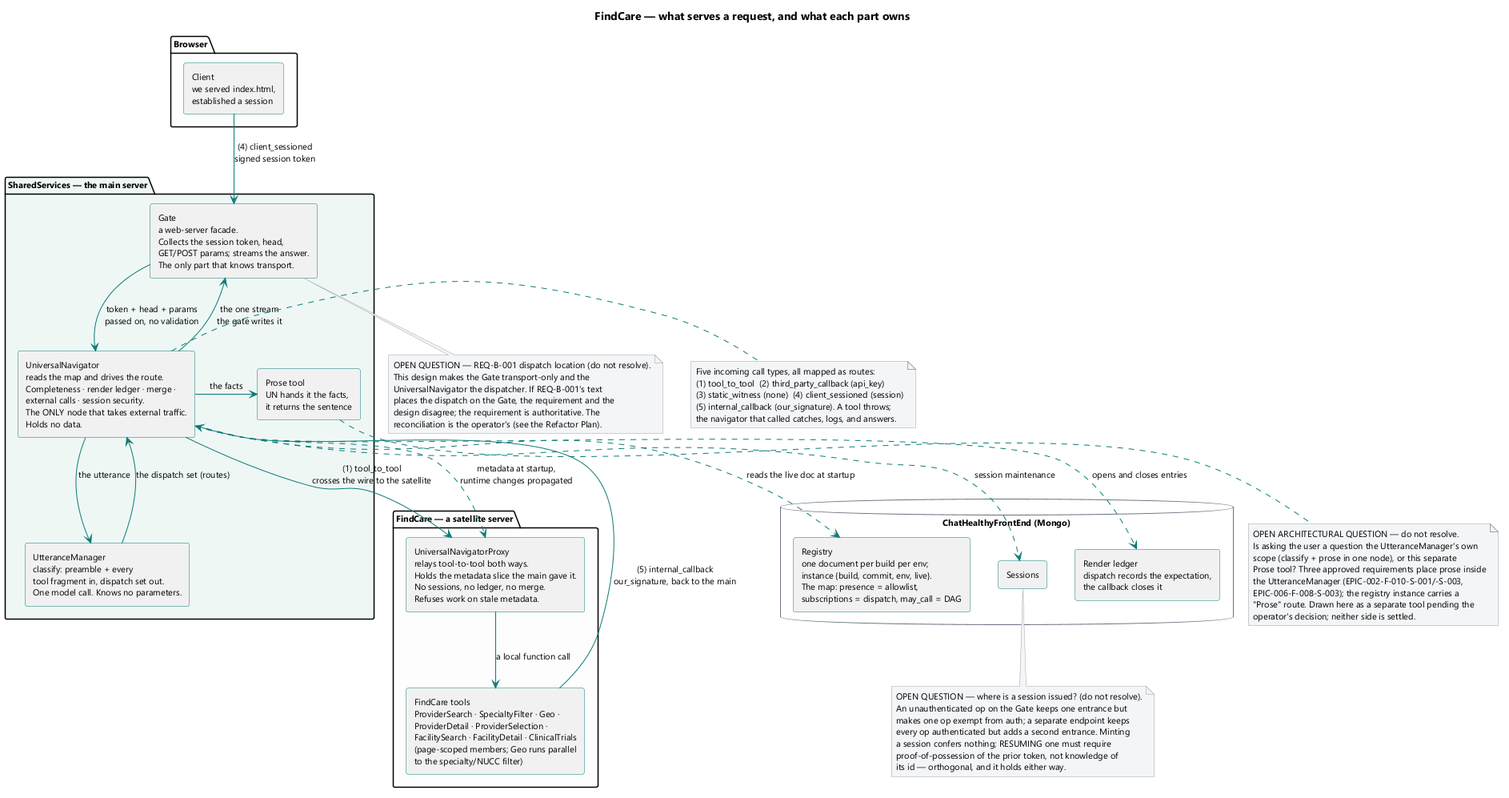
Before: brain/machine_artifacts/diagramsAndImages/rendered/findcare_gate_components.png, a diagram exported from PlantUML (SkipSnow/ChatHealthyRepo).
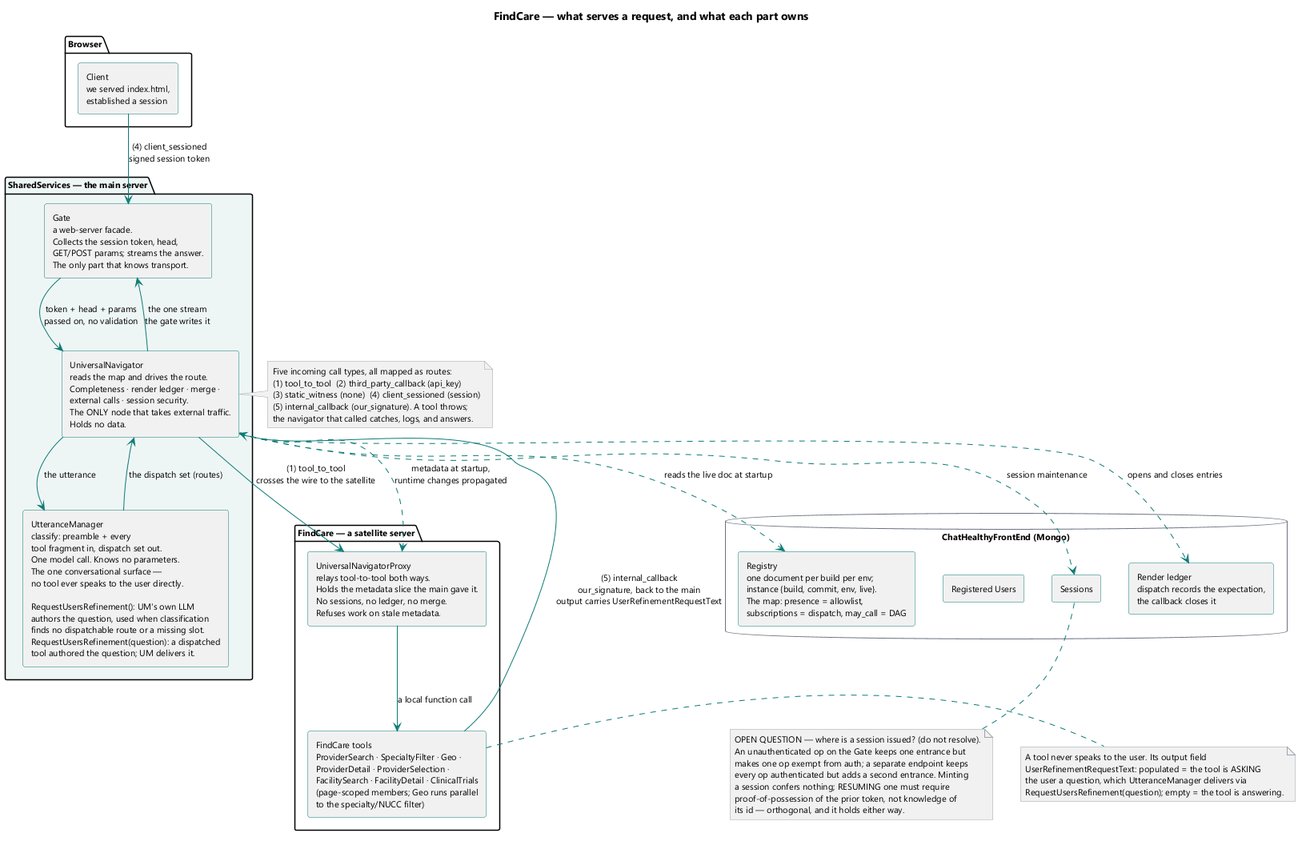
Later version of the same file.

Change to the diagram source:
```diff
@@ -18,20 +18,8 @@
 package "SharedServices — the main server" #eef6f5 {
   [Gate\na web-server facade.\nCollects the session token, head,\nGET/POST params; streams the answer.\nThe only part that knows transport.] as GATE
   [UniversalNavigator\nreads the map and drives the route.\nCompleteness · render ledger · merge ·\nexternal calls · session security.\nThe ONLY node that takes external traffic.\nHolds no data.] as UN
-  [UtteranceManager\nclassify: preamble + every\ntool fragment in, dispatch set out.\nOne model call. Knows no parameters.] as UM
-  [Prose tool\nUN hands it the facts,\nit returns the sentence] as PROSE
+  [UtteranceManager\nclassify: preamble + every\ntool fragment in, dispatch set out.\nOne model call. Knows no parameters.\nThe one conversational surface —\nno tool ever speaks to the user directly.\n\nRequestUsersRefinement(): UM's own LLM\nauthors the question, used when classification\nfinds no dispatchable route or a missing slot.\nRequestUsersRefinement(question): a dispatched\ntool authored the question; UM delivers it.] as UM
 }
-
-note bottom of PROSE
-  OPEN ARCHITECTURAL QUESTION — do not resolve.
-  Is asking the user a question the UtteranceManager's own
-  scope (classify + prose in one node), or this separate
-  Prose tool? Three approved requirements place prose inside
-  the UtteranceManager (EPIC-002-F-010-S-001/-S-003,
-  EPIC-006-F-008-S-003); the registry instance carries a
-  "Prose" route. Drawn here as a separate tool pending the
-  operator's decision; neither side is settled.
-end note
 
 package "FindCare — a satellite server" #fdfdfd {
   [UniversalNavigatorProxy\nrelays tool-to-tool both ways.\nHolds the metadata slice the main gave it.\nNo sessions, no ledger, no merge.\nRefuses work on stale metadata.] as PROXY
@@ -41,6 +29,7 @@
 database "ChatHealthyFrontEnd (Mongo)" as MONGO {
   [Registry\none document per build per env;\ninstance {build, commit, env, live}.\nThe map: presence = allowlist,\nsubscriptions = dispatch, may_call = DAG] as REG
   [Sessions] as SESS
+  [Registered Users] as USERS
   [Render ledger\ndispatch records the expectation,\nthe callback closes it] as LEDGER
 }
 
@@ -50,8 +39,7 @@
 UM -up-> UN : the dispatch set (routes)
 UN -down-> PROXY : (1) tool_to_tool\ncrosses the wire to the satellite
 PROXY -down-> TOOLS : a local function call
-UN -right-> PROSE : the facts
-TOOLS -up-> UN : (5) internal_callback\nour_signature, back to the main
+TOOLS -up-> UN : (5) internal_callback\nour_signature, back to the main\noutput carries UserRefinementRequestText
 UN -up-> GATE : the one stream\nthe gate writes it
 
 UN ..> REG : reads the live doc at startup
@@ -59,21 +47,19 @@
 UN ..> LEDGER : opens and closes entries
 UN ..> PROXY : metadata at startup,\nruntime changes propagated
 
+note right of TOOLS
+  A tool never speaks to the user. Its output field
+  UserRefinementRequestText: populated = the tool is ASKING
+  the user a question, which UtteranceManager delivers via
+  RequestUsersRefinement(question); empty = the tool is answering.
+end note
+
 note right of UN
   Five incoming call types, all mapped as routes:
   (1) tool_to_tool  (2) third_party_callback (api_key)
   (3) static_witness (none)  (4) client_sessioned (session)
   (5) internal_callback (our_signature). A tool throws;
   the navigator that called catches, logs, and answers.
-end note
-
-note bottom of GATE
-  OPEN QUESTION — REQ-B-001 dispatch location (do not resolve).
-  This design makes the Gate transport-only and the
-  UniversalNavigator the dispatcher. If REQ-B-001's text
-  places the dispatch on the Gate, the requirement and the
-  design disagree; the requirement is authoritative. The
-  reconciliation is the operator's (see the Refactor Plan).
 end note
 
 note bottom of SESS
```
